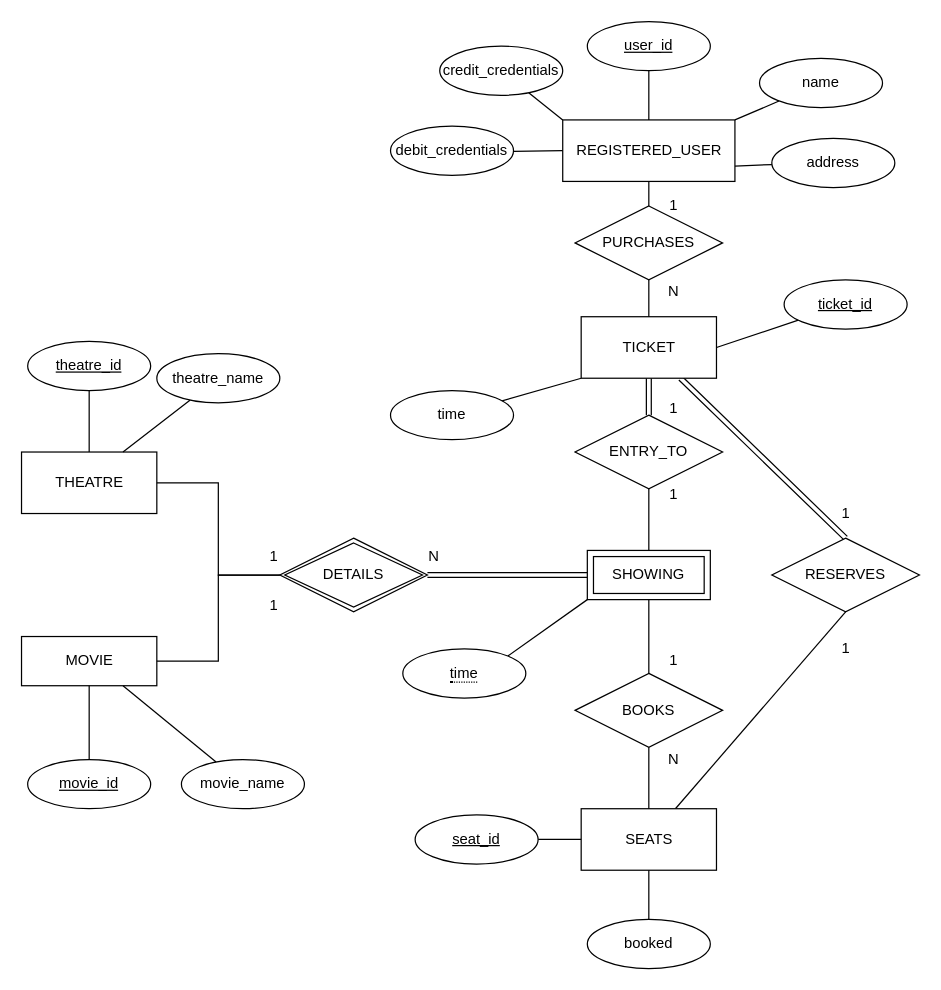
This is DesignDocuments/Diagrams/DatabaseDiagrams/EER_Theatre_Database.drawio from folkg/movie-ticket-reservation-app, a draw.io file, before an edit. Source tidied: cells renumbered, new cells numbered last; positions are measured from the earlier drawing's top-left corner, leaving out a move shared by most shapes. Both pictures are drawn from the tidied source at 123%, with x=0, y=0 at pixel (21, 21).
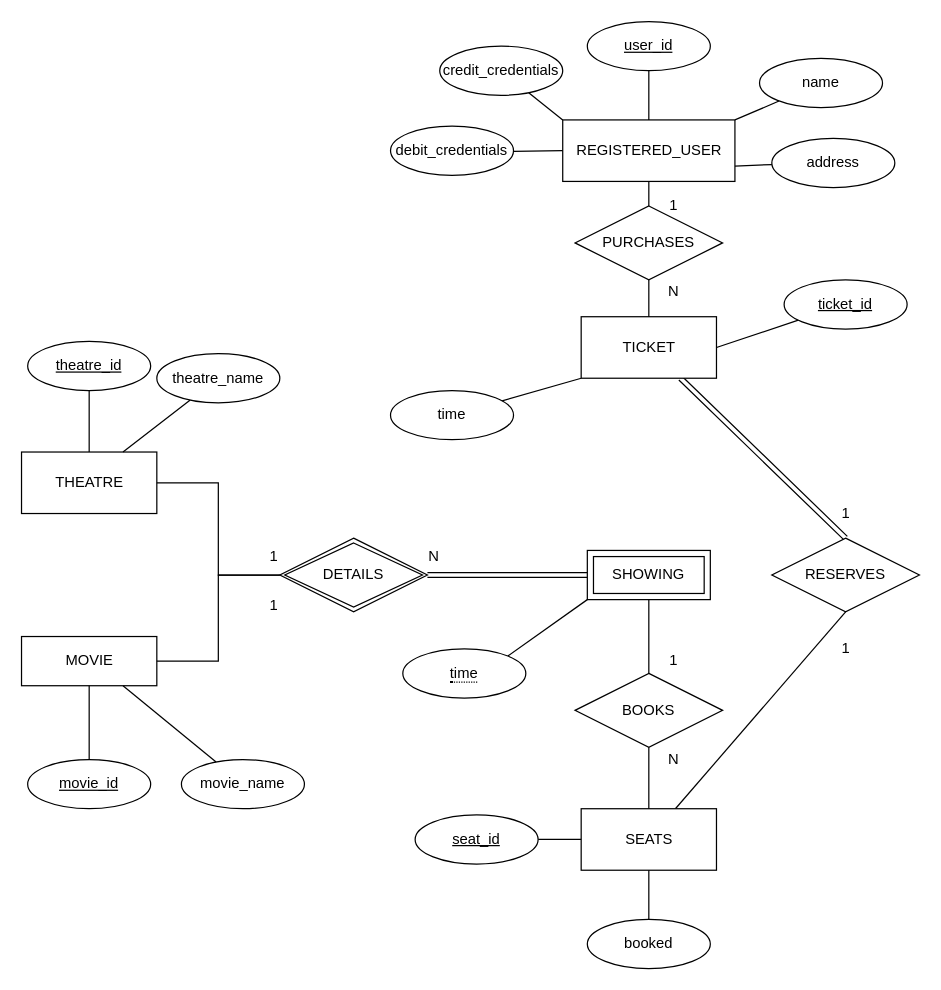
The same diagram, later.

Commit message (it also covers changes not shown here):
Removing redundant connections in DB diagrams

Unchanged cells that the change refers to:
```xml
<mxCell id="6" value="TICKET" style="html=1;" parent="1" vertex="1">
  <mxGeometry x="455" y="240" width="110" height="50" as="geometry" />
</mxCell>
<mxCell id="27" value="SHOWING" style="shape=ext;margin=3;double=1;whiteSpace=wrap;html=1;align=center;" parent="1" vertex="1">
  <mxGeometry x="460" y="430" width="100" height="40" as="geometry" />
</mxCell>
```

Change to the diagram source:
```diff
@@
-    <mxCell id="4" style="edgeStyle=none;rounded=0;jettySize=auto;html=1;entryX=0.5;entryY=0;entryDx=0;entryDy=0;endArrow=none;endFill=0;shape=link;" parent="1" edge="1" source="6" target="16">
-      <mxGeometry relative="1" as="geometry" />
-    </mxCell>
@@
-    <mxCell id="15" style="edgeStyle=none;rounded=0;jettySize=auto;html=1;entryX=0.5;entryY=0;entryDx=0;entryDy=0;endArrow=none;endFill=0;" parent="1" edge="1" source="16" target="27">
-      <mxGeometry relative="1" as="geometry" />
-    </mxCell>
-    <mxCell id="16" value="ENTRY_TO" style="shape=rhombus;perimeter=rhombusPerimeter;whiteSpace=wrap;html=1;align=center;" parent="1" vertex="1">
-      <mxGeometry x="450" y="320" width="120" height="60" as="geometry" />
-    </mxCell>
@@
-    <mxCell id="21" value="1" style="text;html=1;align=center;verticalAlign=middle;strokeColor=none;fillColor=none;" parent="1" vertex="1">
-      <mxGeometry x="515" y="300" width="30" height="30" as="geometry" />
-    </mxCell>
-    <mxCell id="22" value="1" style="text;html=1;align=center;verticalAlign=middle;strokeColor=none;fillColor=none;" parent="1" vertex="1">
-      <mxGeometry x="515" y="370" width="30" height="30" as="geometry" />
-    </mxCell>
```
